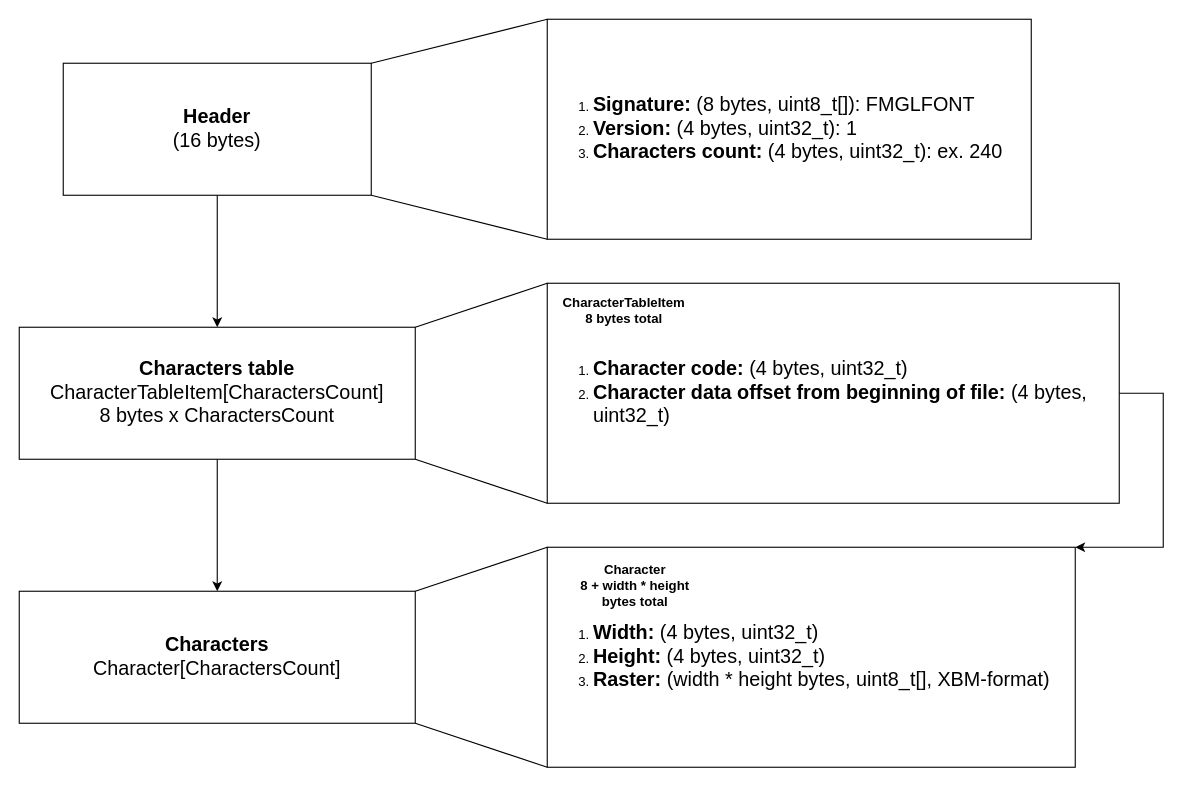
Before: Documents/File format.drawio in shaktilucidia/STM32_L2HAL_FontsGenerator, a draw.io diagram. Source tidied: cells renumbered, new cells numbered last; positions are measured from the earlier drawing's top-left corner, leaving out a move shared by most shapes. Both pictures are drawn from the tidied source at 110%, with x=0, y=0 at pixel (19, 19).
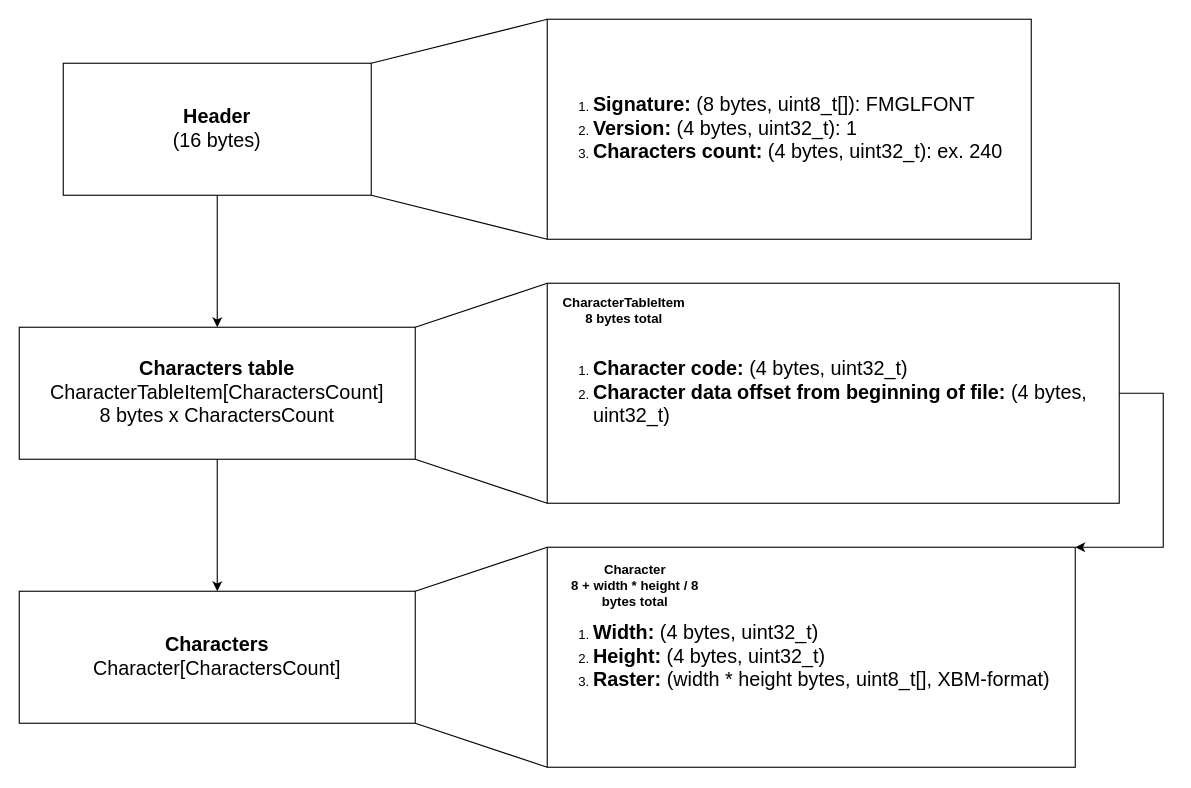
The same page after the edit.

Commit message:
Fixed raster size

Diff of the diagram source:
```diff
@@
-    <mxCell id="18" value="&lt;b&gt;Character&lt;/b&gt;&lt;div&gt;&lt;b&gt;8 + width * height bytes total&lt;/b&gt;&lt;/div&gt;" style="text;html=1;align=center;verticalAlign=middle;whiteSpace=wrap;rounded=0;" parent="1" vertex="1">
+    <mxCell id="18" value="&lt;b&gt;Character&lt;/b&gt;&lt;div&gt;&lt;b&gt;8 + width * height / 8 bytes total&lt;/b&gt;&lt;/div&gt;" style="text;html=1;align=center;verticalAlign=middle;whiteSpace=wrap;rounded=0;" parent="1" vertex="1">
       <mxGeometry x="500" y="490" width="120" height="50" as="geometry" />
     </mxCell>
```
